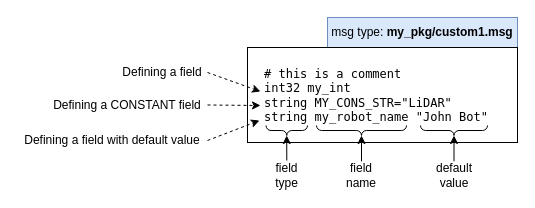
Above: page "message-basic" (8 of 10) of src/resources/ros.drawio in harleylara/robotics (draw.io), before the change. Source tidied: cells renumbered, new cells numbered last; positions are measured from the earlier drawing's top-left corner, leaving out a move shared by most shapes. Both pictures are drawn from the tidied source at 100%, with x=0, y=0 at pixel (17, 17).
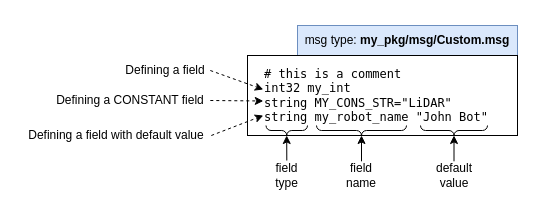
The same diagram, later.

Change to the diagram source:
```diff
@@
-    <mxCell id="2" value="msg type: &lt;b&gt;my_pkg/custom1.msg&lt;/b&gt;" style="text;html=1;strokeColor=#6c8ebf;fillColor=#dae8fc;align=center;verticalAlign=middle;whiteSpace=wrap;rounded=0;" parent="1" vertex="1">
-      <mxGeometry x="310" width="190" height="30" as="geometry" />
+    <mxCell id="2" value="msg type: &lt;b&gt;my_pkg/msg/Custom.msg&lt;/b&gt;" style="text;html=1;strokeColor=#6c8ebf;fillColor=#dae8fc;align=center;verticalAlign=middle;whiteSpace=wrap;rounded=0;" parent="1" vertex="1">
+      <mxGeometry x="280" y="8" width="220" height="30" as="geometry" />
     </mxCell>
     <mxCell id="3" value="&lt;div&gt;# this is a comment&lt;/div&gt;int32 my_int&lt;br&gt;string MY_CONS_STR=&quot;LiDAR&quot;&lt;br&gt;string my_robot_name &quot;John Bot&quot;" style="rounded=0;whiteSpace=wrap;html=1;align=left;fontFamily=Lucida Console;spacing=17;" parent="1" vertex="1">
-      <mxGeometry x="230" y="30" width="270" height="95" as="geometry" />
+      <mxGeometry x="230" y="38" width="270" height="80" as="geometry" />
     </mxCell>
@@
     <mxCell id="13" style="endArrow=classic;html=1;rounded=0;dashed=1;exitX=1;exitY=0.5;exitDx=0;exitDy=0;" parent="1" edge="1" source="14">
       <mxGeometry relative="1" as="geometry">
-        <mxPoint x="243" y="74" as="targetPoint" />
+        <mxPoint x="245.8" y="72" as="targetPoint" />
       </mxGeometry>
     </mxCell>
     <mxCell id="14" value="Defining a field" style="text;html=1;strokeColor=none;fillColor=none;align=center;verticalAlign=middle;whiteSpace=wrap;rounded=0;" parent="1" vertex="1">
-      <mxGeometry x="100" y="40" width="90" height="30" as="geometry" />
+      <mxGeometry x="102.8" y="38" width="90" height="30" as="geometry" />
     </mxCell>
     <mxCell id="15" style="endArrow=classic;html=1;rounded=0;dashed=1;exitX=1;exitY=0.5;exitDx=0;exitDy=0;" parent="1" edge="1" source="16">
       <mxGeometry relative="1" as="geometry">
-        <mxPoint x="243" y="88" as="targetPoint" />
+        <mxPoint x="245.8" y="83.5" as="targetPoint" />
       </mxGeometry>
     </mxCell>
     <mxCell id="16" value="Defining a CONSTANT field" style="text;html=1;strokeColor=none;fillColor=none;align=center;verticalAlign=middle;whiteSpace=wrap;rounded=0;" parent="1" vertex="1">
-      <mxGeometry x="30" y="72.5" width="160" height="30" as="geometry" />
+      <mxGeometry x="32.8" y="68" width="160" height="30" as="geometry" />
     </mxCell>
     <mxCell id="17" value="Defining a field with default value" style="text;html=1;strokeColor=none;fillColor=none;align=center;verticalAlign=middle;whiteSpace=wrap;rounded=0;" parent="1" vertex="1">
-      <mxGeometry y="108" width="190" height="30" as="geometry" />
+      <mxGeometry x="3.8" y="103" width="190" height="30" as="geometry" />
     </mxCell>
     <mxCell id="18" style="endArrow=classic;html=1;rounded=0;dashed=1;exitX=1;exitY=0.5;exitDx=0;exitDy=0;" parent="1" edge="1" source="17">
       <mxGeometry relative="1" as="geometry">
-        <mxPoint x="242" y="103" as="targetPoint" />
+        <mxPoint x="245.8" y="98" as="targetPoint" />
       </mxGeometry>
     </mxCell>
```
